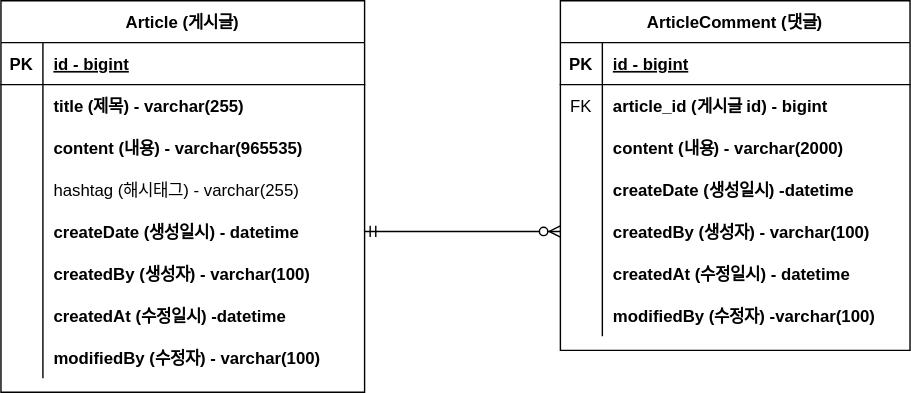
Before: document/project-board-erd.svg, a diagram exported from draw.io (chrisjang-8921/fastcampus-project-board). Source tidied: cells renumbered, new cells last; positions are measured from the earlier drawing's top-left corner, leaving out a move shared by most shapes.
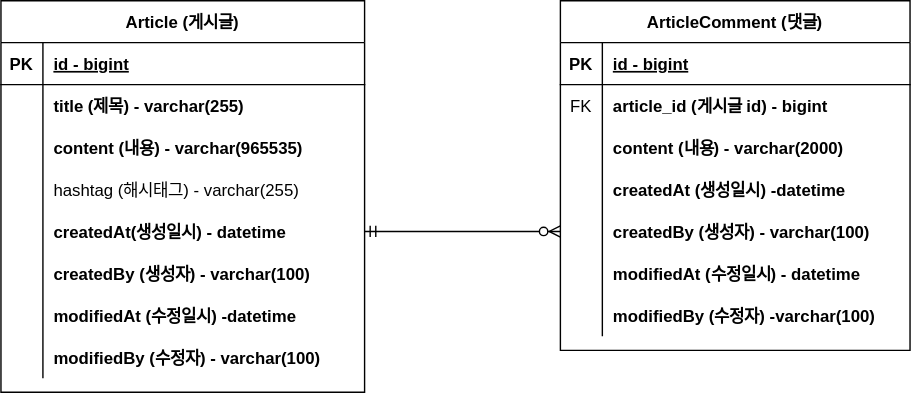
After the commit.

The edit, as a diff of the source:
```diff
@@ -47,7 +47,7 @@
     <mxCell id="16" style="shape=partialRectangle;overflow=hidden;fillColor=none;top=0;left=0;bottom=0;right=0;" parent="15" vertex="1">
       <mxGeometry width="30" height="30" as="geometry" />
     </mxCell>
-    <mxCell id="17" value="createDate (생성일시) - datetime" style="shape=partialRectangle;overflow=hidden;fillColor=none;top=0;left=0;bottom=0;right=0;align=left;spacingLeft=6;fontStyle=1;" parent="15" vertex="1">
+    <mxCell id="17" value="createdAt(생성일시) - datetime" style="shape=partialRectangle;overflow=hidden;fillColor=none;top=0;left=0;bottom=0;right=0;align=left;spacingLeft=6;fontStyle=1;" parent="15" vertex="1">
       <mxGeometry x="30" width="230" height="30" as="geometry" />
     </mxCell>
     <mxCell id="18" style="shape=partialRectangle;fillColor=none;top=0;left=0;right=0;bottom=0;" parent="2" vertex="1">
@@ -65,7 +65,7 @@
     <mxCell id="22" style="shape=partialRectangle;overflow=hidden;fillColor=none;top=0;left=0;bottom=0;right=0;" parent="21" vertex="1">
       <mxGeometry width="30" height="30" as="geometry" />
     </mxCell>
-    <mxCell id="23" value="createdAt (수정일시) -datetime" style="shape=partialRectangle;overflow=hidden;fillColor=none;top=0;left=0;bottom=0;right=0;align=left;spacingLeft=6;fontStyle=1;" parent="21" vertex="1">
+    <mxCell id="23" value="modifiedAt (수정일시) -datetime" style="shape=partialRectangle;overflow=hidden;fillColor=none;top=0;left=0;bottom=0;right=0;align=left;spacingLeft=6;fontStyle=1;" parent="21" vertex="1">
       <mxGeometry x="30" width="230" height="30" as="geometry" />
     </mxCell>
     <mxCell id="24" style="shape=partialRectangle;fillColor=none;top=0;left=0;right=0;bottom=0;" parent="2" vertex="1">
@@ -113,7 +113,7 @@
     <mxCell id="38" style="shape=partialRectangle;overflow=hidden;fillColor=none;top=0;left=0;bottom=0;right=0;" parent="37" vertex="1">
       <mxGeometry width="30" height="30" as="geometry" />
     </mxCell>
-    <mxCell id="39" value="createDate (생성일시) -datetime" style="shape=partialRectangle;overflow=hidden;fillColor=none;top=0;left=0;bottom=0;right=0;align=left;spacingLeft=6;fontStyle=1;" parent="37" vertex="1">
+    <mxCell id="39" value="createdAt (생성일시) -datetime" style="shape=partialRectangle;overflow=hidden;fillColor=none;top=0;left=0;bottom=0;right=0;align=left;spacingLeft=6;fontStyle=1;" parent="37" vertex="1">
       <mxGeometry x="30" width="220" height="30" as="geometry" />
     </mxCell>
     <mxCell id="40" style="shape=partialRectangle;fillColor=none;points=[[0,0.5],[1,0.5]];portConstraint=eastwest;top=0;left=0;right=0;bottom=0;" parent="27" vertex="1">
@@ -131,7 +131,7 @@
     <mxCell id="44" style="shape=partialRectangle;overflow=hidden;fillColor=none;top=0;left=0;bottom=0;right=0;" parent="43" vertex="1">
       <mxGeometry width="30" height="30" as="geometry" />
     </mxCell>
-    <mxCell id="45" value="createdAt (수정일시) - datetime" style="shape=partialRectangle;overflow=hidden;fillColor=none;top=0;left=0;bottom=0;right=0;align=left;spacingLeft=6;fontStyle=1;" parent="43" vertex="1">
+    <mxCell id="45" value="modifiedAt (수정일시) - datetime" style="shape=partialRectangle;overflow=hidden;fillColor=none;top=0;left=0;bottom=0;right=0;align=left;spacingLeft=6;fontStyle=1;" parent="43" vertex="1">
       <mxGeometry x="30" width="220" height="30" as="geometry" />
     </mxCell>
     <mxCell id="46" style="shape=partialRectangle;fillColor=none;top=0;left=0;right=0;bottom=0;" parent="27" vertex="1">
```
